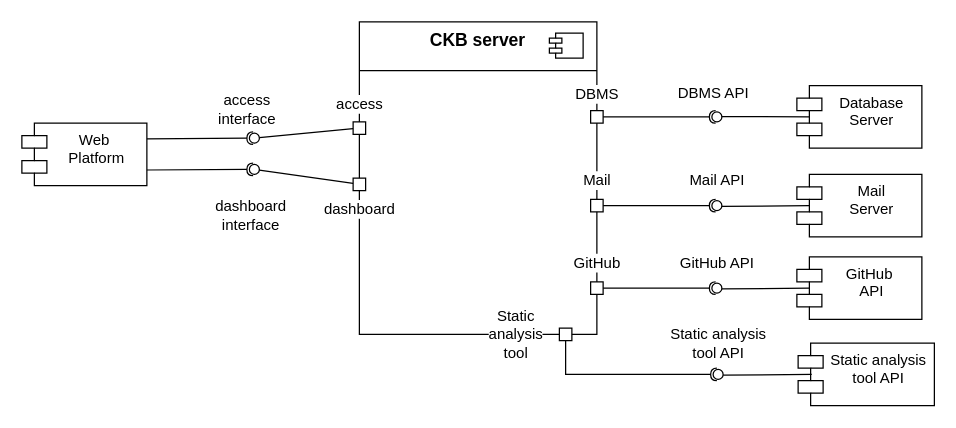
Earlier version of the draw.io diagram page "hl-component" (2 of 6) of diagrams/architecture/hl-system.drawio (mttcrn/software-engineering-II-project). Source tidied: cells renumbered, new cells numbered last; positions are measured from the earlier drawing's top-left corner, leaving out a move shared by most shapes. Both pictures are drawn from the tidied source at 125%, with x=0, y=0 at pixel (21, 21).
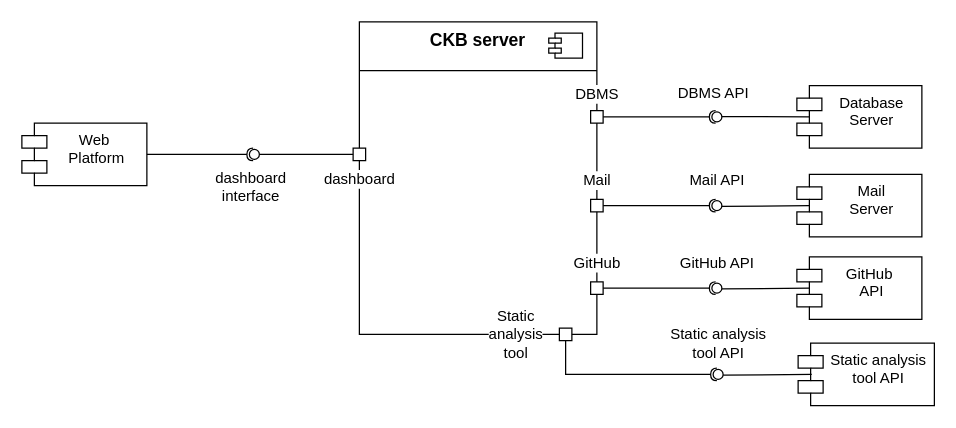
After the change.

The change refers to these unchanged cells:
```xml
<mxCell id="11" value="Web&amp;nbsp;&lt;br&gt;Platform" style="shape=module;align=left;spacingLeft=20;align=center;verticalAlign=top;whiteSpace=wrap;html=1;" parent="1" vertex="1">
  <mxGeometry y="81" width="100" height="50" as="geometry" />
</mxCell>
```

The edit, as a diff of the source:
```diff
@@
     <mxCell id="4" style="shape=module;jettyWidth=10;jettyHeight=4;fontSize=14;" parent="1" vertex="1">
-      <mxGeometry x="422" y="9" width="27" height="20" as="geometry">
+      <mxGeometry x="421.5" y="9" width="27" height="20" as="geometry">
         <mxPoint x="-36" y="9" as="offset" />
       </mxGeometry>
     </mxCell>
-    <mxCell id="5" style="html=1;rounded=0;" parent="1" vertex="1">
-      <mxGeometry x="265" y="80" width="10" height="10" as="geometry" />
-    </mxCell>
-    <mxCell id="6" style="endArrow=none;html=1;rounded=0;align=center;verticalAlign=top;endFill=0;labelBackgroundColor=none;endSize=2;" parent="1" edge="1" source="5" target="7">
-      <mxGeometry relative="1" as="geometry" />
-    </mxCell>
-    <mxCell id="7" style="ellipse;html=1;fontSize=11;align=center;fillColor=none;points=[];verticalAlign=bottom;labelPosition=center;verticalLabelPosition=top;flipH=1;" parent="1" vertex="1">
-      <mxGeometry x="182" y="89" width="8" height="8" as="geometry" />
-    </mxCell>
     <mxCell id="8" style="html=1;rounded=0;" parent="1" vertex="1">
-      <mxGeometry x="265" y="125" width="10" height="10" as="geometry" />
+      <mxGeometry x="265" y="101" width="10" height="10" as="geometry" />
     </mxCell>
@@
     <mxCell id="10" style="ellipse;html=1;fontSize=11;align=center;fillColor=none;points=[];verticalAlign=bottom;labelPosition=center;verticalLabelPosition=top;flipH=1;" parent="1" vertex="1">
-      <mxGeometry x="182" y="114" width="8" height="8" as="geometry" />
+      <mxGeometry x="182" y="102" width="8" height="8" as="geometry" />
     </mxCell>
@@
     <mxCell id="12" value="dashboard" style="text;html=1;align=center;verticalAlign=middle;strokeColor=none;fillColor=none;labelBackgroundColor=default;" parent="1" vertex="1">
-      <mxGeometry x="230" y="135" width="80" height="30" as="geometry" />
+      <mxGeometry x="230" y="111" width="80" height="30" as="geometry" />
     </mxCell>
-    <mxCell id="13" style="endArrow=none;html=1;rounded=0;align=center;verticalAlign=top;endFill=0;labelBackgroundColor=none;endSize=2;exitX=1;exitY=0.75;exitDx=0;exitDy=0;" parent="1" edge="1" source="11" target="14">
+    <mxCell id="13" style="endArrow=none;html=1;rounded=0;align=center;verticalAlign=top;endFill=0;labelBackgroundColor=none;endSize=2;exitX=1;exitY=0.5;exitDx=0;exitDy=0;" parent="1" edge="1" source="11" target="14">
       <mxGeometry relative="1" as="geometry" />
     </mxCell>
     <mxCell id="14" style="shape=requiredInterface;html=1;fontSize=11;align=center;fillColor=none;points=[];verticalAlign=bottom;labelPosition=center;verticalLabelPosition=top;flipH=1;" parent="1" vertex="1">
-      <mxGeometry x="180" y="113" width="5" height="10" as="geometry" />
+      <mxGeometry x="180" y="101" width="5" height="10" as="geometry" />
     </mxCell>
     <mxCell id="15" value="dashboard&lt;br&gt;interface" style="text;html=1;align=center;verticalAlign=middle;strokeColor=none;fillColor=none;labelBackgroundColor=default;" parent="1" vertex="1">
-      <mxGeometry x="142.5" y="135" width="80" height="40" as="geometry" />
+      <mxGeometry x="142.5" y="112" width="80" height="40" as="geometry" />
     </mxCell>
-    <mxCell id="16" value="access" style="text;html=1;align=center;verticalAlign=middle;strokeColor=none;fillColor=none;labelBackgroundColor=default;" parent="1" vertex="1">
-      <mxGeometry x="240" y="51" width="60" height="30" as="geometry" />
-    </mxCell>
-    <mxCell id="17" style="endArrow=none;html=1;rounded=0;align=center;verticalAlign=top;endFill=0;labelBackgroundColor=none;endSize=2;exitX=1;exitY=0.25;exitDx=0;exitDy=0;" parent="1" edge="1" source="11" target="18">
-      <mxGeometry relative="1" as="geometry" />
-    </mxCell>
-    <mxCell id="18" style="shape=requiredInterface;html=1;fontSize=11;align=center;fillColor=none;points=[];verticalAlign=bottom;labelPosition=center;verticalLabelPosition=top;flipH=1;" parent="1" vertex="1">
-      <mxGeometry x="180" y="88" width="5" height="10" as="geometry" />
-    </mxCell>
-    <mxCell id="19" value="access&lt;br&gt;interface" style="text;html=1;align=center;verticalAlign=middle;strokeColor=none;fillColor=none;labelBackgroundColor=default;" parent="1" vertex="1">
-      <mxGeometry x="145" y="50" width="70" height="40" as="geometry" />
-    </mxCell>
```
